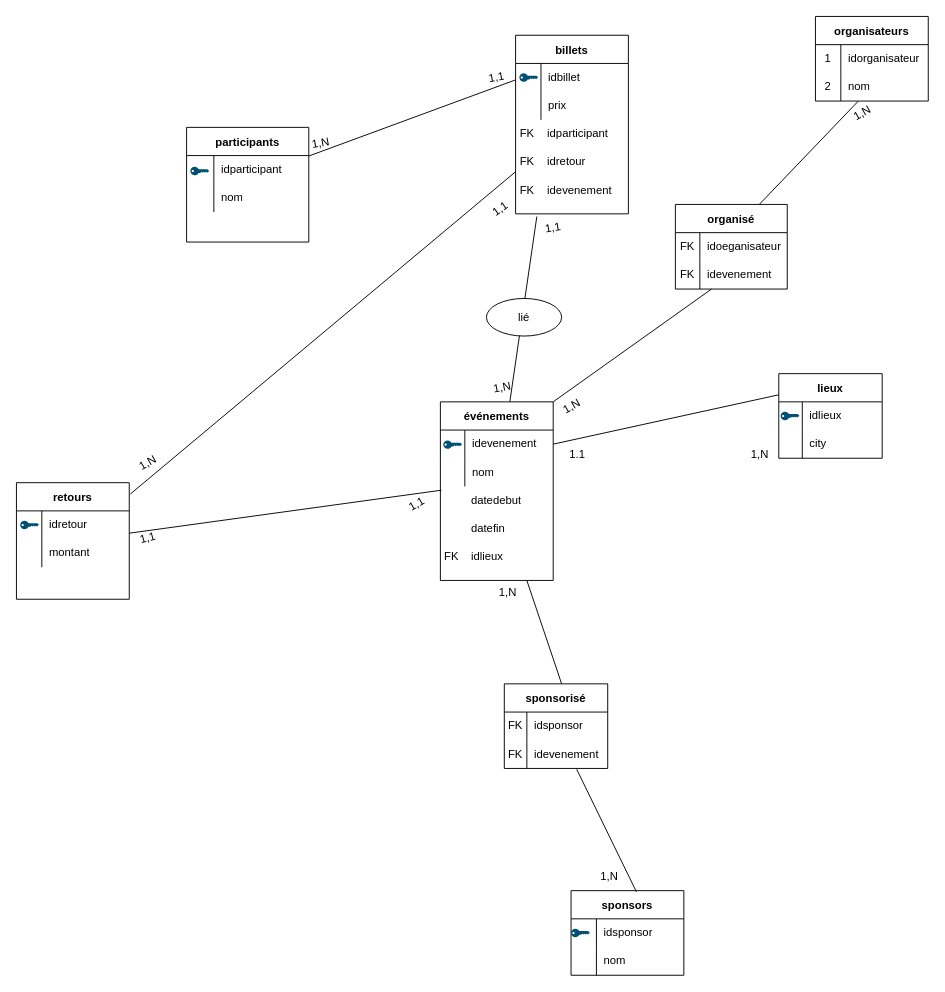
The draw.io diagram mld.drawio in SOUFIANE-BOUSHABA/SQL, before the edit. Source tidied: cells renumbered, new cells numbered last; positions are measured from the earlier drawing's top-left corner, leaving out a move shared by most shapes. Both pictures are drawn from the tidied source at 94%, with x=0, y=0 at pixel (16, 16).
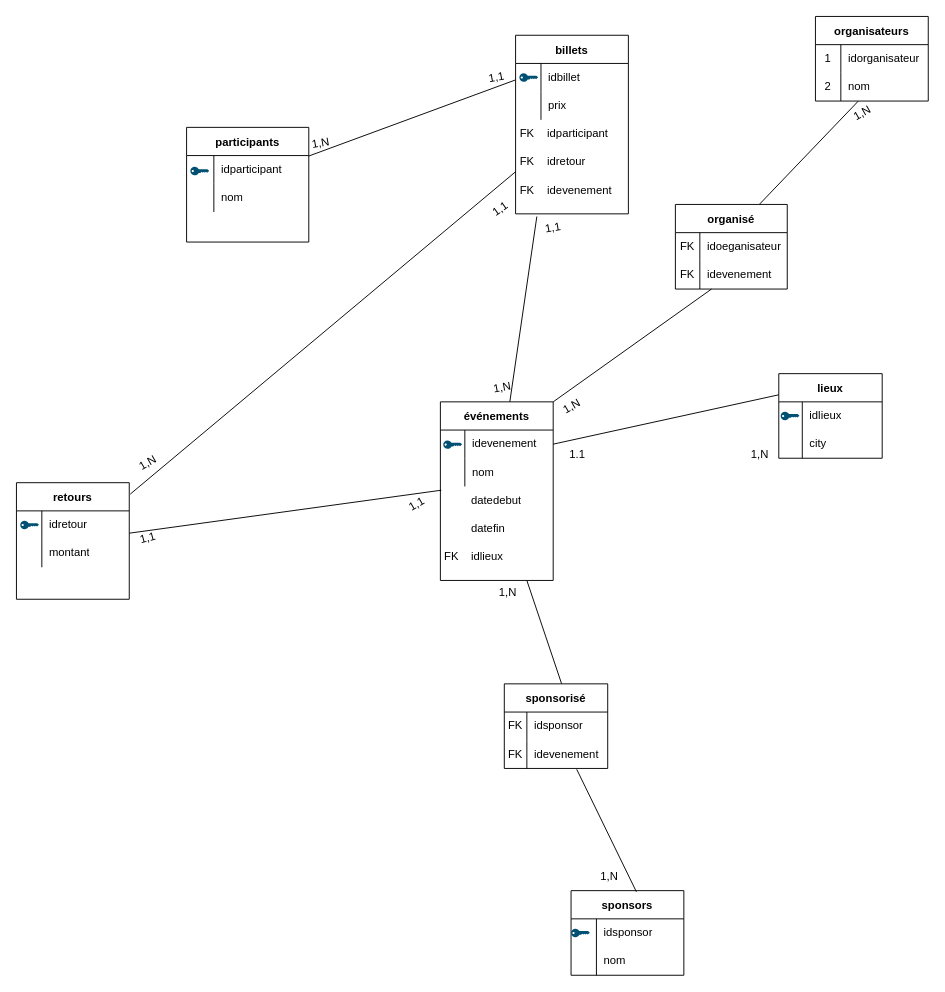
The same page after the edit.

The edit, as a diff of the source:
```diff
@@
-    <mxCell id="62" value="lié" style="ellipse;whiteSpace=wrap;html=1;" parent="1" vertex="1">
-      <mxGeometry x="500" y="300" width="80" height="40" as="geometry" />
-    </mxCell>
```
